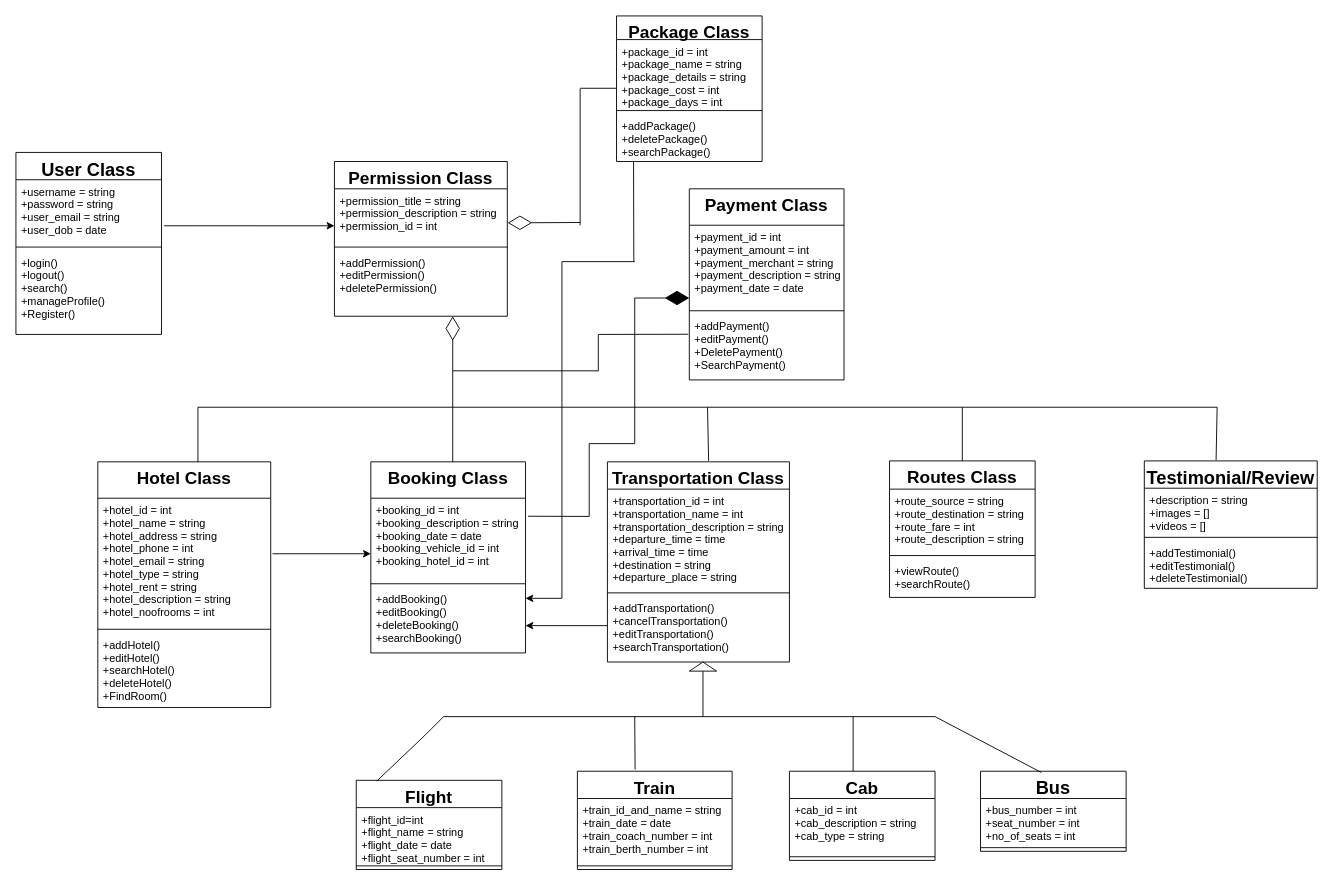
The draw.io diagram Untitled Diagram.drawio in bidya01/Programs, before the edit. Source tidied: cells renumbered, new cells numbered last; positions are measured from the earlier drawing's top-left corner, leaving out a move shared by most shapes. Both pictures are drawn from the tidied source at 91%, with x=0, y=0 at pixel (15, 15).
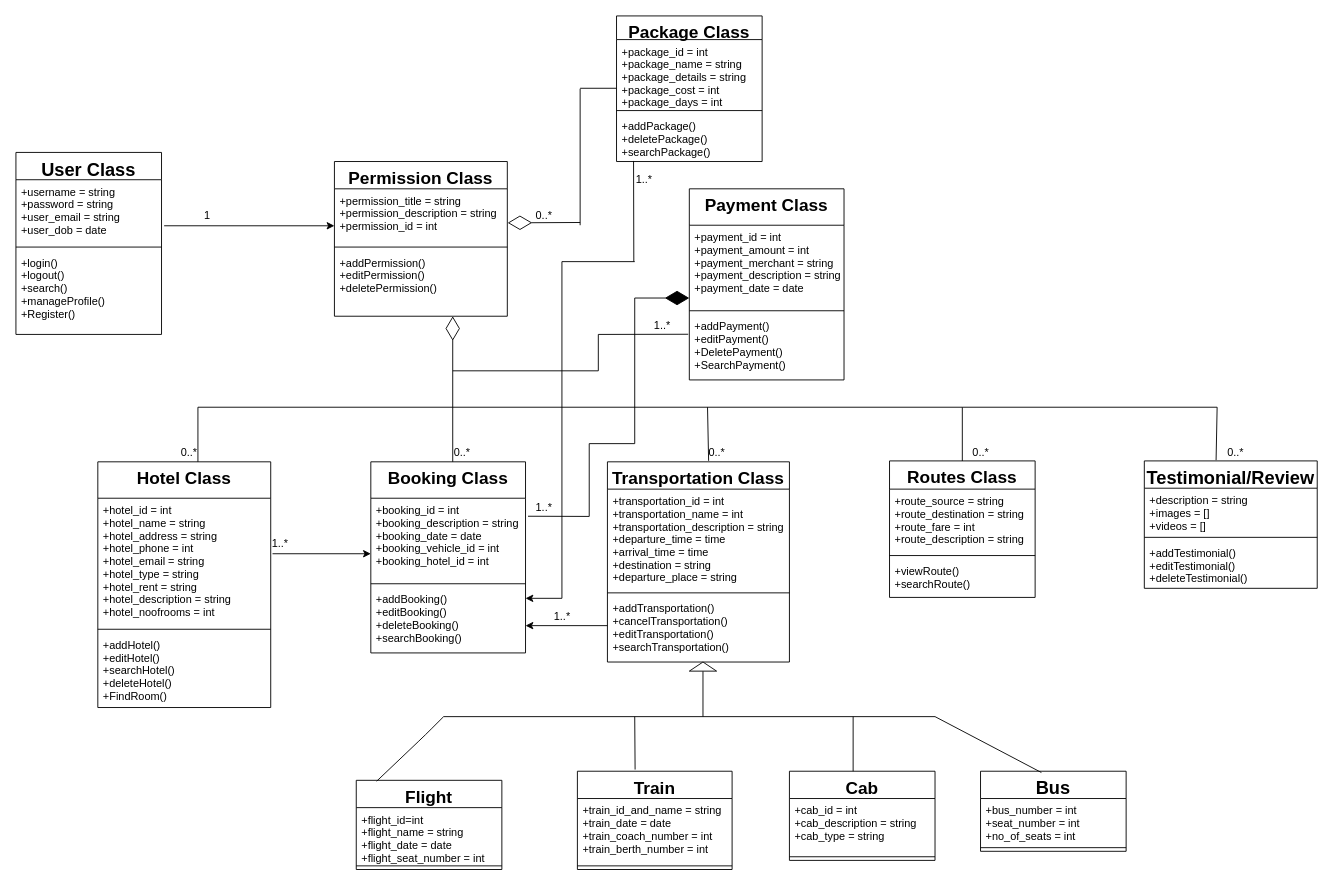
The same page after the edit.

Diff of the diagram source:
```diff
@@
+    <mxCell id="83" value="0..*" style="text;html=1;align=center;verticalAlign=middle;" parent="1" vertex="1">
+      <mxGeometry x="565" y="210" width="30" height="20" as="geometry" />
+    </mxCell>
+    <mxCell id="84" value="0..*" style="text;html=1;align=center;verticalAlign=middle;" parent="1" vertex="1">
+      <mxGeometry x="175" y="470" width="30" height="20" as="geometry" />
+    </mxCell>
+    <mxCell id="85" value="0..*" style="text;html=1;align=center;verticalAlign=middle;" parent="1" vertex="1">
+      <mxGeometry x="475" y="470" width="30" height="20" as="geometry" />
+    </mxCell>
+    <mxCell id="86" value="0..*" style="text;html=1;align=center;verticalAlign=middle;" parent="1" vertex="1">
+      <mxGeometry x="755" y="470" width="30" height="20" as="geometry" />
+    </mxCell>
+    <mxCell id="87" value="0..*" style="text;html=1;align=center;verticalAlign=middle;" parent="1" vertex="1">
+      <mxGeometry x="1045" y="470" width="30" height="20" as="geometry" />
+    </mxCell>
+    <mxCell id="88" value="0..*" style="text;html=1;align=center;verticalAlign=middle;" parent="1" vertex="1">
+      <mxGeometry x="1325" y="470" width="30" height="20" as="geometry" />
+    </mxCell>
+    <mxCell id="89" value="1..*" style="text;html=1;align=center;verticalAlign=middle;" parent="1" vertex="1">
+      <mxGeometry x="695" y="330" width="30" height="20" as="geometry" />
+    </mxCell>
+    <mxCell id="90" value="1" style="text;html=1;align=center;verticalAlign=middle;" parent="1" vertex="1">
+      <mxGeometry x="200" y="210" width="20" height="20" as="geometry" />
+    </mxCell>
+    <mxCell id="91" value="1..*" style="text;html=1;align=center;verticalAlign=middle;" parent="1" vertex="1">
+      <mxGeometry x="565" y="530" width="30" height="20" as="geometry" />
+    </mxCell>
+    <mxCell id="92" value="1..*" style="text;html=1;align=center;verticalAlign=middle;" parent="1" vertex="1">
+      <mxGeometry x="275" y="570" width="30" height="20" as="geometry" />
+    </mxCell>
+    <mxCell id="93" value="1..*" style="text;html=1;align=center;verticalAlign=middle;" parent="1" vertex="1">
+      <mxGeometry x="585" y="650" width="30" height="20" as="geometry" />
+    </mxCell>
+    <mxCell id="94" value="1..*" style="text;html=1;align=center;verticalAlign=middle;" parent="1" vertex="1">
+      <mxGeometry x="675" y="170" width="30" height="20" as="geometry" />
+    </mxCell>
```
